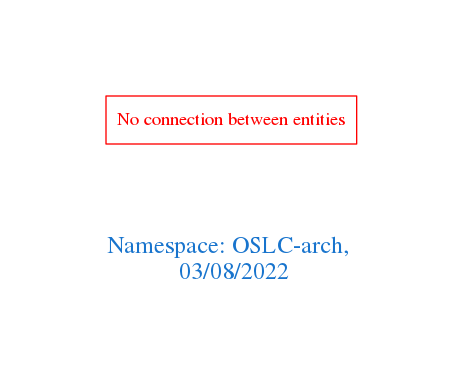
arago/OGIT keeps this Graphviz diagram as downloads/OSLC-arch.png. Above is the earlier version. Its source is kept beside it as downloads/OSLC-arch.dot.
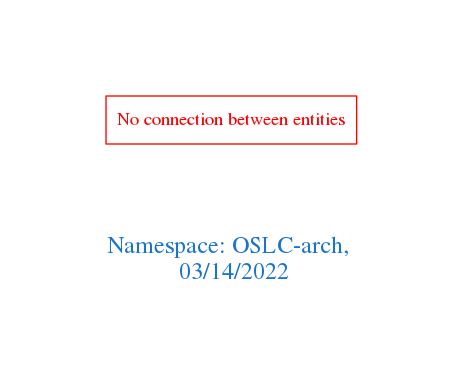
After the change.

The edit, as a diff of the source:
```diff
@@ -1,7 +1,7 @@
 digraph OGIT_ontology {
  graph [ rankdir= LR,pad=1
 fontsize = 18,
-fontcolor= dodgerblue3,label = "\n\n\nNamespace: OSLC-arch, \n 03/08/2022"];
+fontcolor= dodgerblue3,label = "\n\n\nNamespace: OSLC-arch, \n 03/14/2022"];
 node[shape=polygon];
 edge [  color="gray81"];
 
```
